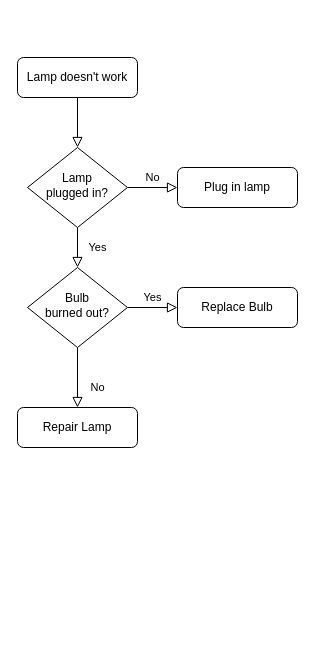
Above: 需求ROI评估.drawio in lihongliang1989/diagram (draw.io), before the change. Source tidied: cells renumbered, new cells numbered last; positions are measured from the earlier drawing's top-left corner, leaving out a move shared by most shapes. Both pictures are drawn from the tidied source at 100%, with x=0, y=0 at pixel (17, 57).
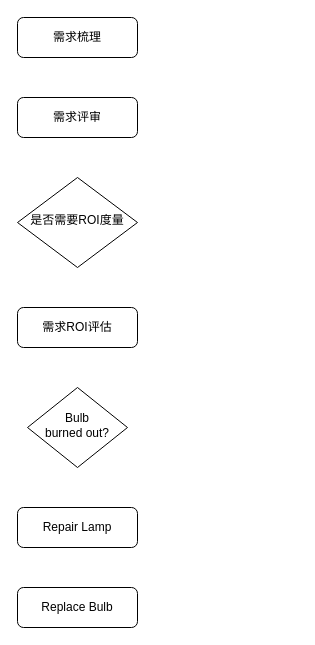
After the change.

Change to the diagram source:
```diff
@@
 <mxGraphModel>
   <root>
     <mxCell id="0" />
     <mxCell id="1" parent="0" />
-    <mxCell id="2" style="rounded=0;html=1;jettySize=auto;fontSize=11;endArrow=block;endFill=0;endSize=8;strokeWidth=1;shadow=0;labelBackgroundColor=none;edgeStyle=orthogonalEdgeStyle;" parent="1" edge="1" source="3" target="6">
-      <mxGeometry relative="1" as="geometry" />
-    </mxCell>
-    <mxCell id="3" value="Lamp doesn't work" style="rounded=1;whiteSpace=wrap;html=1;fontSize=12;glass=0;strokeWidth=1;shadow=0;" parent="1" vertex="1">
-      <mxGeometry width="120" height="40" as="geometry" />
+    <mxCell id="3" value="需求梳理" style="rounded=1;whiteSpace=wrap;html=1;fontSize=12;glass=0;strokeWidth=1;shadow=0;" parent="1" vertex="1">
+      <mxGeometry y="-40" width="120" height="40" as="geometry" />
     </mxCell>
-    <mxCell id="4" value="Yes" style="rounded=0;html=1;jettySize=auto;fontSize=11;endArrow=block;endFill=0;endSize=8;strokeWidth=1;shadow=0;labelBackgroundColor=none;edgeStyle=orthogonalEdgeStyle;" parent="1" edge="1" source="6" target="10">
-      <mxGeometry y="20" relative="1" as="geometry" />
-    </mxCell>
-    <mxCell id="5" value="No" style="edgeStyle=orthogonalEdgeStyle;rounded=0;html=1;jettySize=auto;fontSize=11;endArrow=block;endFill=0;endSize=8;strokeWidth=1;shadow=0;labelBackgroundColor=none;" parent="1" edge="1" source="6" target="7">
-      <mxGeometry y="10" relative="1" as="geometry" />
-    </mxCell>
-    <mxCell id="6" value="Lamp&lt;br&gt;plugged in?" style="rhombus;whiteSpace=wrap;html=1;shadow=0;fontFamily=Helvetica;fontSize=12;align=center;strokeWidth=1;spacing=6;spacingTop=-4;" parent="1" vertex="1">
-      <mxGeometry x="10" y="90" width="100" height="80" as="geometry" />
+    <mxCell id="6" value="是否需要ROI度量" style="rhombus;whiteSpace=wrap;html=1;shadow=0;fontFamily=Helvetica;fontSize=12;align=center;strokeWidth=1;spacing=6;spacingTop=-4;" parent="1" vertex="1">
+      <mxGeometry y="120" width="120" height="90" as="geometry" />
     </mxCell>
-    <mxCell id="7" value="Plug in lamp" style="rounded=1;whiteSpace=wrap;html=1;fontSize=12;glass=0;strokeWidth=1;shadow=0;" parent="1" vertex="1">
-      <mxGeometry x="160" y="110" width="120" height="40" as="geometry" />
+    <mxCell id="7" value="需求评审" style="rounded=1;whiteSpace=wrap;html=1;fontSize=12;glass=0;strokeWidth=1;shadow=0;" parent="1" vertex="1">
+      <mxGeometry y="40" width="120" height="40" as="geometry" />
     </mxCell>
-    <mxCell id="8" value="No" style="rounded=0;html=1;jettySize=auto;fontSize=11;endArrow=block;endFill=0;endSize=8;strokeWidth=1;shadow=0;labelBackgroundColor=none;edgeStyle=orthogonalEdgeStyle;" parent="1" edge="1" source="10" target="11">
-      <mxGeometry x="0.33" y="20" relative="1" as="geometry" />
-    </mxCell>
-    <mxCell id="9" value="Yes" style="edgeStyle=orthogonalEdgeStyle;rounded=0;html=1;jettySize=auto;fontSize=11;endArrow=block;endFill=0;endSize=8;strokeWidth=1;shadow=0;labelBackgroundColor=none;" parent="1" edge="1" source="10" target="12">
-      <mxGeometry y="10" relative="1" as="geometry" />
-    </mxCell>
     <mxCell id="10" value="Bulb&lt;br&gt;burned out?" style="rhombus;whiteSpace=wrap;html=1;shadow=0;fontFamily=Helvetica;fontSize=12;align=center;strokeWidth=1;spacing=6;spacingTop=-4;" parent="1" vertex="1">
-      <mxGeometry x="10" y="210" width="100" height="80" as="geometry" />
+      <mxGeometry x="10" y="330" width="100" height="80" as="geometry" />
     </mxCell>
     <mxCell id="11" value="Repair Lamp" style="rounded=1;whiteSpace=wrap;html=1;fontSize=12;glass=0;strokeWidth=1;shadow=0;" parent="1" vertex="1">
-      <mxGeometry y="350" width="120" height="40" as="geometry" />
+      <mxGeometry y="450" width="120" height="40" as="geometry" />
     </mxCell>
     <mxCell id="12" value="Replace Bulb" style="rounded=1;whiteSpace=wrap;html=1;fontSize=12;glass=0;strokeWidth=1;shadow=0;" parent="1" vertex="1">
-      <mxGeometry x="160" y="230" width="120" height="40" as="geometry" />
+      <mxGeometry y="530" width="120" height="40" as="geometry" />
     </mxCell>
+    <mxCell id="13" value="需求ROI评估" style="rounded=1;whiteSpace=wrap;html=1;" parent="1" vertex="1">
+      <mxGeometry y="250" width="120" height="40" as="geometry" />
+    </mxCell>
   </root>
 </mxGraphModel>
```
